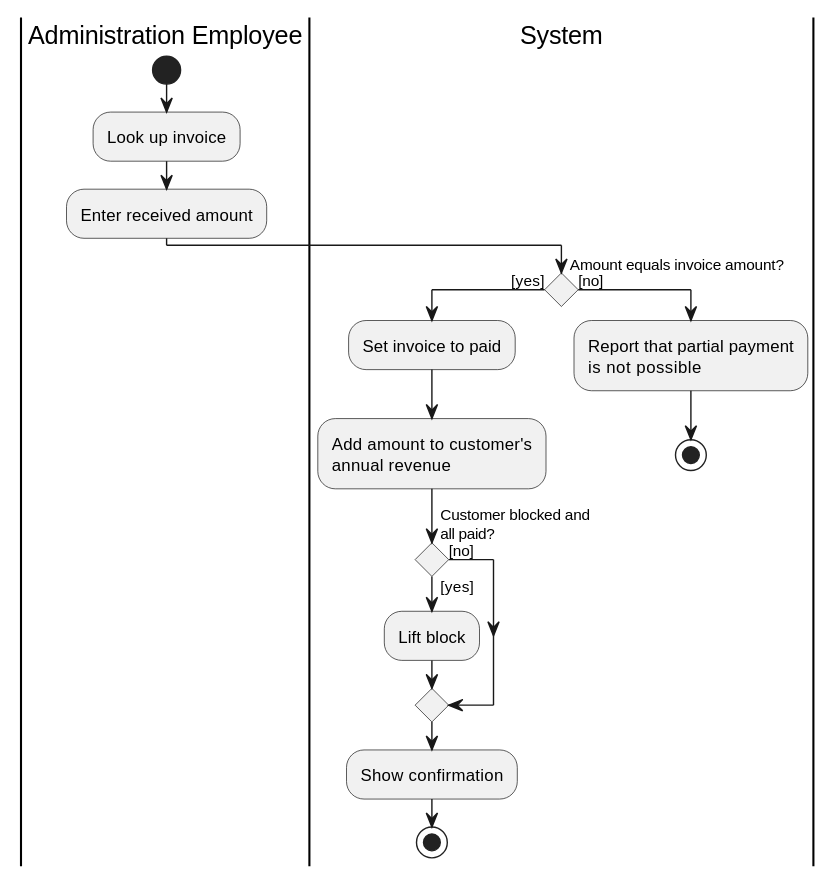
Before: Documentation/Architecture/uml/export/activity_diagrams/AD19_Register_payment.svg, a diagram exported from PlantUML (ViktorQorri/Project-Timaflu).
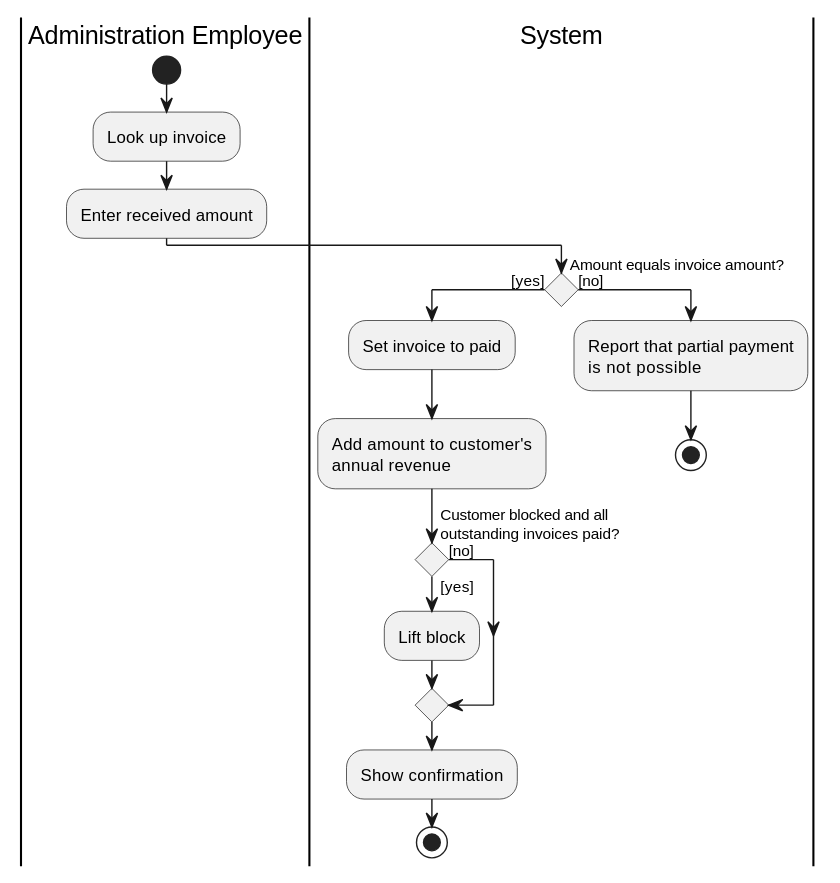
After the change.

Commit message:
fix: update activity diagram for Register Payment to improve clarity and accuracy of text labels

What changed in the source:
```diff
@@ -10,7 +10,7 @@
 if (Amount equals invoice amount?) then ([yes])
   :Set invoice to paid;
   :Add amount to customer's\nannual revenue;
-  if (Customer blocked and\nall paid?) then ([yes])
+  if (Customer blocked and all\noutstanding invoices paid?) then ([yes])
     :Lift block;
   else ([no])
   endif
```
